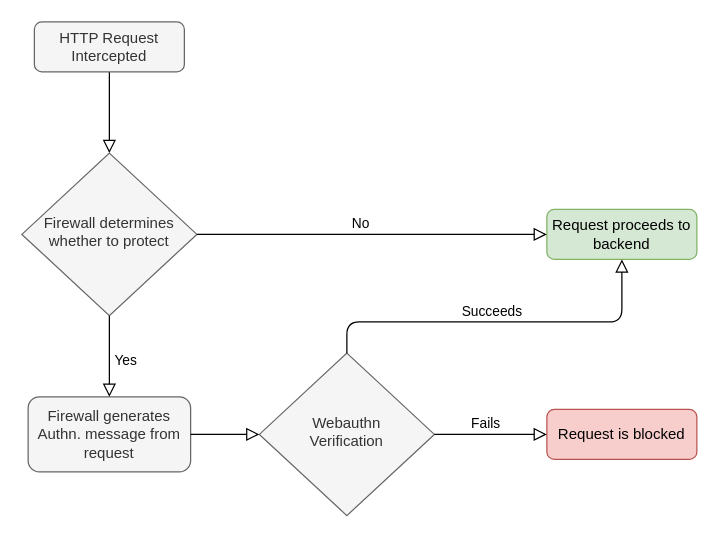
DamianB-BitFlipper/MEng-Thesis keeps this draw.io diagram as images/HTTP_request_flow.drawio. Above is the earlier version. Source tidied: cells renumbered, new cells numbered last; positions are measured from the earlier drawing's top-left corner, leaving out a move shared by most shapes. Both pictures are drawn from the tidied source at 125%, with x=0, y=0 at pixel (21, 21).
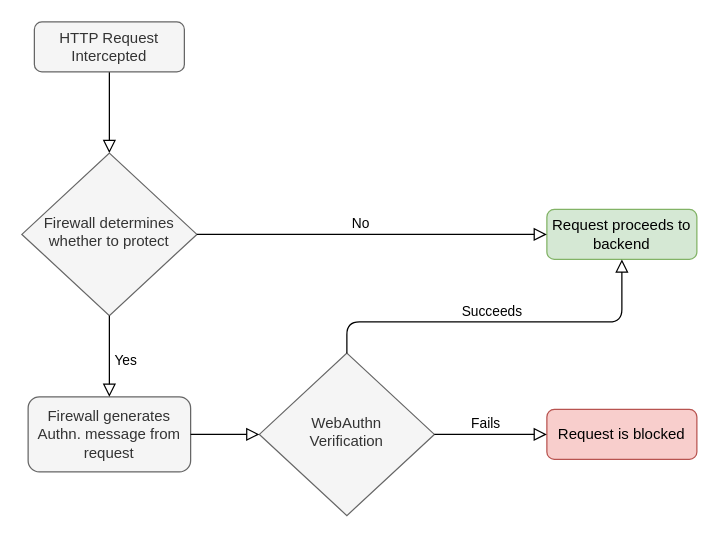
The same page after the edit.

The edit, as a diff of the source:
```diff
@@
-    <mxCell id="8" value="Webauthn &lt;br&gt;Verification" style="rhombus;whiteSpace=wrap;html=1;shadow=0;fontFamily=Helvetica;fontSize=12;align=center;strokeWidth=1;spacing=6;spacingTop=-4;fillColor=#f5f5f5;strokeColor=#666666;fontColor=#333333;" parent="1" vertex="1">
+    <mxCell id="8" value="WebAuthn &lt;br&gt;Verification" style="rhombus;whiteSpace=wrap;html=1;shadow=0;fontFamily=Helvetica;fontSize=12;align=center;strokeWidth=1;spacing=6;spacingTop=-4;fillColor=#f5f5f5;strokeColor=#666666;fontColor=#333333;" parent="1" vertex="1">
       <mxGeometry x="190" y="265" width="140" height="130" as="geometry" />
     </mxCell>
```
